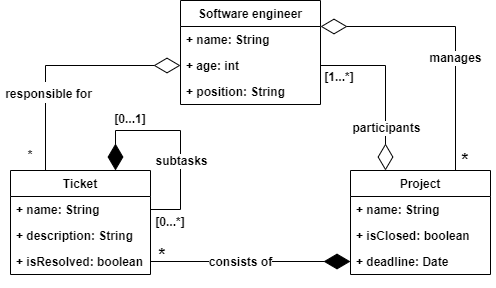
AntonSk98/User-driven-constraint-modelling-for-entity-models-at-runtime keeps this draw.io diagram as assets/introduction/management_system_initial.png. Above is the earlier version. Source tidied: cells renumbered, new cells last; positions are measured from the earlier drawing's top-left corner, leaving out a move shared by most shapes.
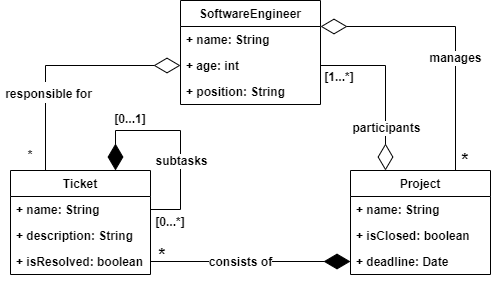
Later version of the same file.

What changed in the source:
```diff
@@ -2,7 +2,7 @@
   <root>
     <mxCell id="0" />
     <mxCell id="1" parent="0" />
-    <mxCell id="2" value="Software engineer" style="swimlane;fontStyle=1;horizontal=1;startSize=26;fillColor=none;" parent="1" vertex="1">
+    <mxCell id="2" value="SoftwareEngineer" style="swimlane;fontStyle=1;horizontal=1;startSize=26;fillColor=none;" parent="1" vertex="1">
       <mxGeometry x="180" width="140" height="104" as="geometry" />
     </mxCell>
     <mxCell id="3" value="+ name: String" style="text;strokeColor=none;fillColor=none;align=left;verticalAlign=top;spacingLeft=4;spacingRight=4;overflow=hidden;fontStyle=1;" parent="2" vertex="1">
```
